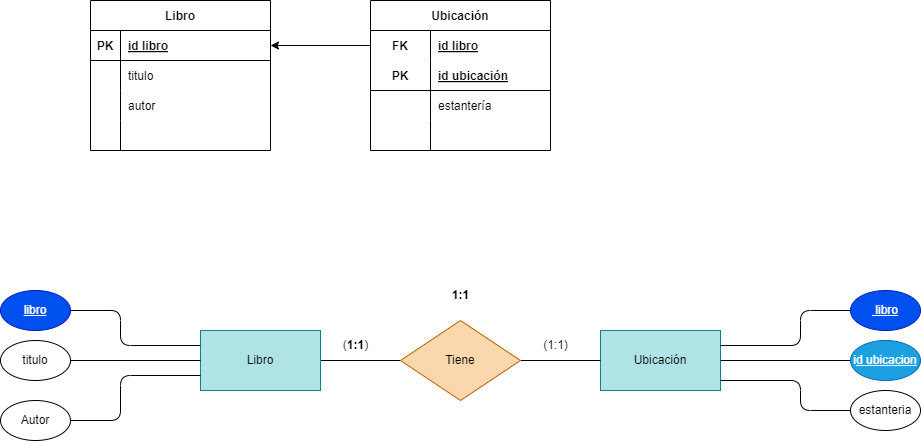
Above: Tareas/Unidad2/ejercicio2.0.drawio.png in WhiteCascade/BAE (draw.io), before the change. Source tidied: cells renumbered, new cells last; positions are measured from the earlier drawing's top-left corner, leaving out a move shared by most shapes.
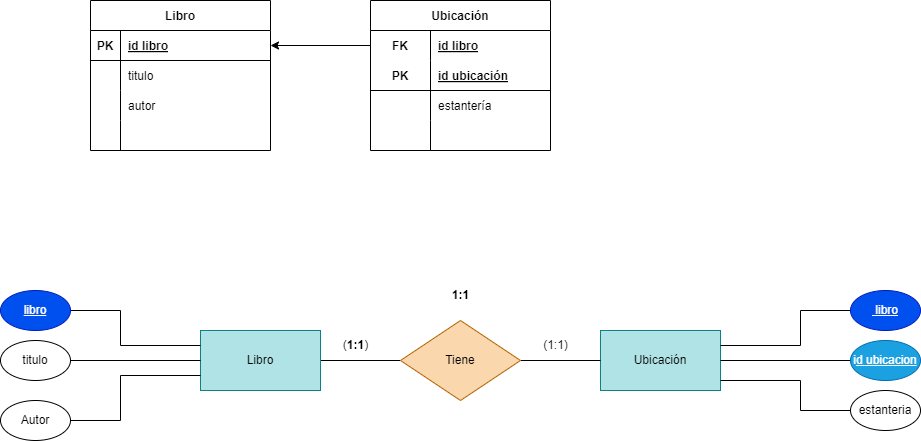
After the change.

What changed in the source:
```diff
@@ -98,7 +98,7 @@
     <mxCell id="33" value="Tiene" style="rhombus;whiteSpace=wrap;html=1;fillColor=#fad7ac;strokeColor=#b46504;" parent="1" vertex="1">
       <mxGeometry x="400" y="320" width="120" height="80" as="geometry" />
     </mxCell>
-    <mxCell id="34" style="edgeStyle=none;html=1;entryX=0;entryY=0.25;entryDx=0;entryDy=0;endArrow=none;endFill=0;" parent="1" edge="1" source="35" target="31">
+    <mxCell id="34" style="edgeStyle=none;html=1;entryX=0;entryY=0.25;entryDx=0;entryDy=0;endArrow=none;endFill=0;rounded=0;" parent="1" edge="1" source="35" target="31">
       <mxGeometry relative="1" as="geometry">
         <Array as="points">
           <mxPoint x="120" y="310" />
@@ -115,7 +115,7 @@
     <mxCell id="37" value="titulo" style="ellipse;whiteSpace=wrap;html=1;" parent="1" vertex="1">
       <mxGeometry y="340" width="70" height="40" as="geometry" />
     </mxCell>
-    <mxCell id="38" style="edgeStyle=none;html=1;endArrow=none;endFill=0;entryX=0;entryY=0.75;entryDx=0;entryDy=0;" parent="1" edge="1" source="39" target="31">
+    <mxCell id="38" style="edgeStyle=none;html=1;endArrow=none;endFill=0;entryX=0;entryY=0.75;entryDx=0;entryDy=0;rounded=0;" parent="1" edge="1" source="39" target="31">
       <mxGeometry relative="1" as="geometry">
         <Array as="points">
           <mxPoint x="120" y="420" />
@@ -126,7 +126,7 @@
     <mxCell id="39" value="Autor" style="ellipse;whiteSpace=wrap;html=1;" parent="1" vertex="1">
       <mxGeometry y="400" width="70" height="40" as="geometry" />
     </mxCell>
-    <mxCell id="40" style="edgeStyle=none;html=1;entryX=1;entryY=0.25;entryDx=0;entryDy=0;endArrow=none;endFill=0;" parent="1" edge="1" source="41" target="29">
+    <mxCell id="40" style="edgeStyle=none;html=1;entryX=1;entryY=0.25;entryDx=0;entryDy=0;endArrow=none;endFill=0;rounded=0;" parent="1" edge="1" source="41" target="29">
       <mxGeometry relative="1" as="geometry">
         <Array as="points">
           <mxPoint x="800" y="310" />
@@ -143,7 +143,7 @@
     <mxCell id="43" value="i&lt;u&gt;d ubicacion&lt;/u&gt;" style="ellipse;whiteSpace=wrap;html=1;fillColor=#1ba1e2;strokeColor=#006EAF;fontColor=#ffffff;" parent="1" vertex="1">
       <mxGeometry x="850" y="340" width="70" height="40" as="geometry" />
     </mxCell>
-    <mxCell id="44" style="edgeStyle=none;html=1;endArrow=none;endFill=0;" parent="1" edge="1" source="45">
+    <mxCell id="44" style="edgeStyle=none;html=1;endArrow=none;endFill=0;rounded=0;" parent="1" edge="1" source="45">
       <mxGeometry relative="1" as="geometry">
         <mxPoint x="720" y="380" as="targetPoint" />
         <Array as="points">
```
